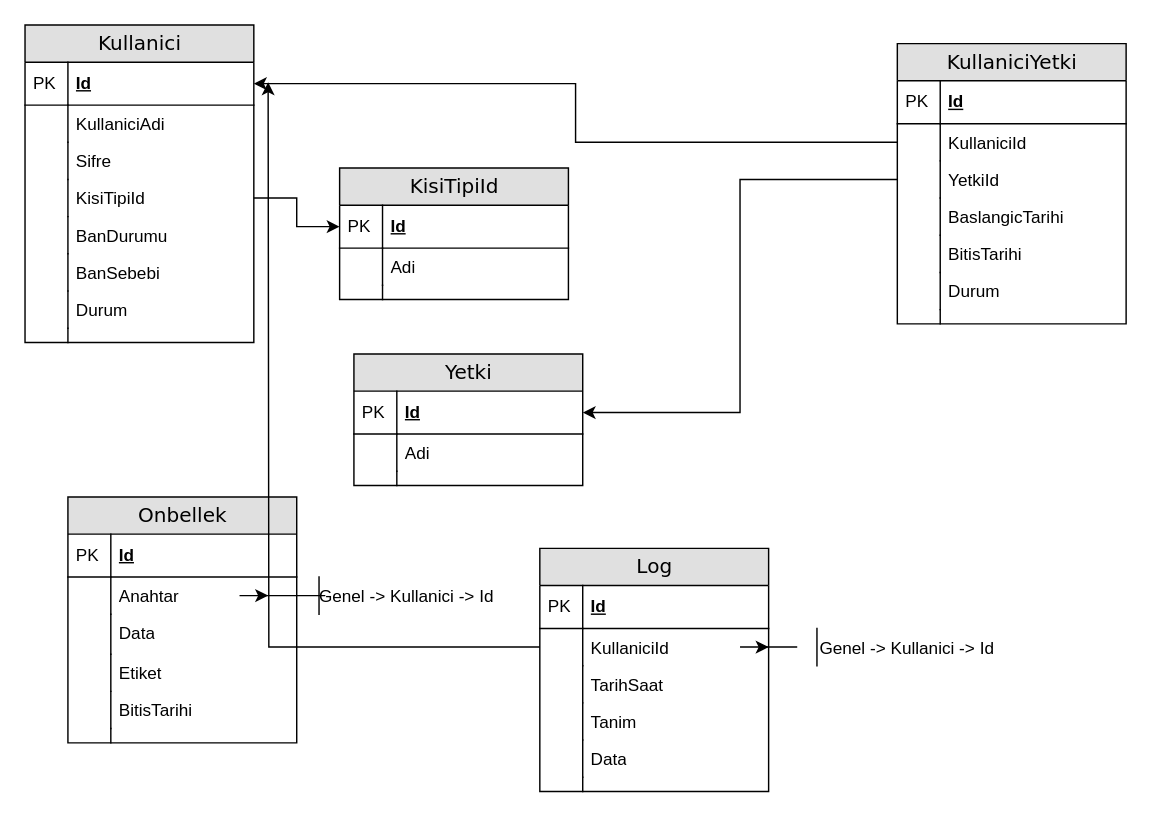
etuncay/kugim-gen-yazilimcilar-egitim-programi keeps this draw.io diagram as page "Yöneticiler" (7 of 8) of Kur 2/Veritabanı Diagrams.drawio. Above is the earlier version. Source tidied: cells renumbered, new cells numbered last; positions are measured from the earlier drawing's top-left corner, leaving out a move shared by most shapes. Both pictures are drawn from the tidied source at 143%, with x=0, y=0 at pixel (24, 24).
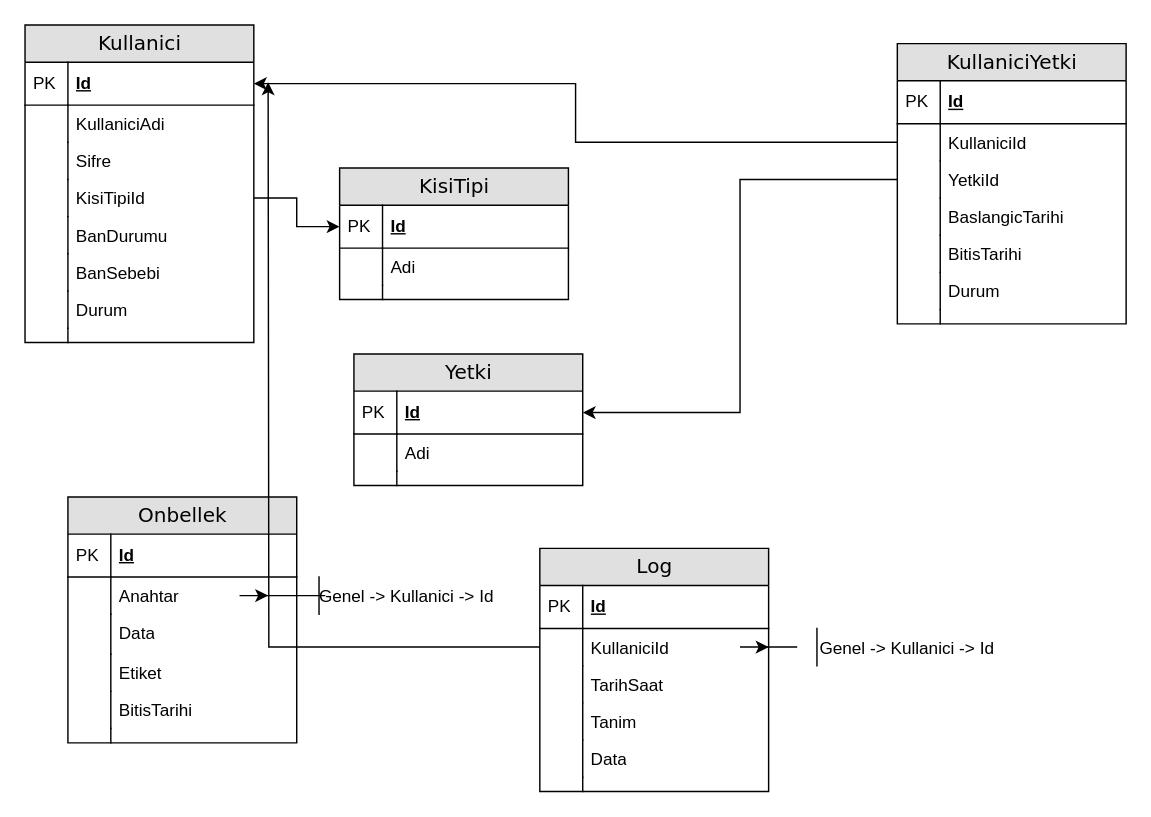
After the change.

The edit, as a diff of the source:
```diff
@@
-    <mxCell id="19" value="KisiTipiId" style="swimlane;html=1;fontStyle=0;horizontal=1;startSize=26;fillColor=#e0e0e0;swimlaneFillColor=#ffffff;align=center;rounded=0;shadow=0;comic=0;labelBackgroundColor=none;strokeWidth=1;fontFamily=Verdana;fontSize=14;" parent="1" vertex="1">
+    <mxCell id="19" value="KisiTipi" style="swimlane;html=1;fontStyle=0;horizontal=1;startSize=26;fillColor=#e0e0e0;swimlaneFillColor=#ffffff;align=center;rounded=0;shadow=0;comic=0;labelBackgroundColor=none;strokeWidth=1;fontFamily=Verdana;fontSize=14;" parent="1" vertex="1">
       <mxGeometry x="220" y="100" width="160" height="92" as="geometry" />
     </mxCell>
```
